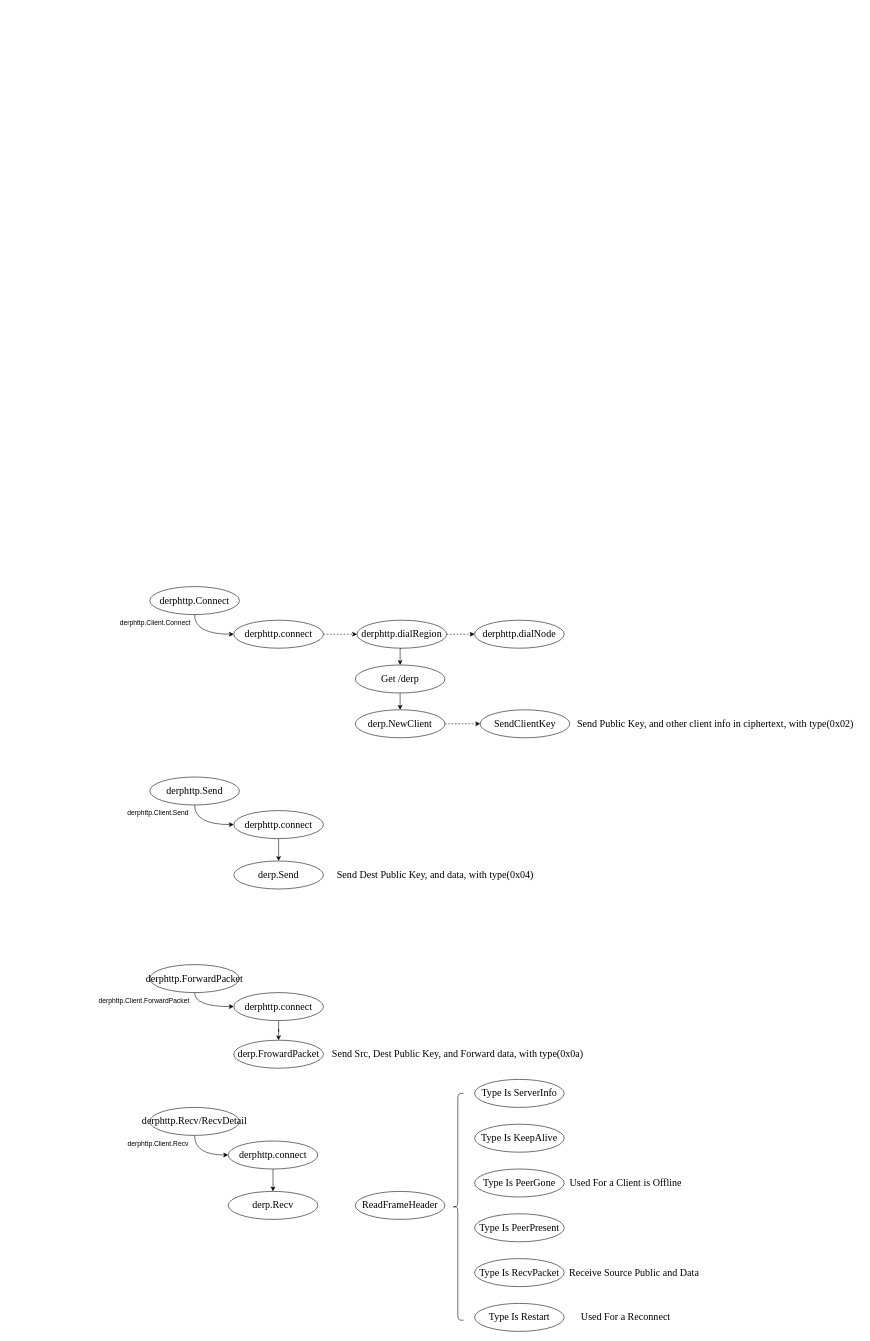
Above: files/DERP.drawio in sunminming/Drawio (draw.io), before the change. Source tidied: cells renumbered, new cells numbered last; positions are measured from the earlier drawing's top-left corner, leaving out a move shared by most shapes. Both pictures are drawn from the tidied source at 56%, with x=0, y=0 at pixel (94, 586).
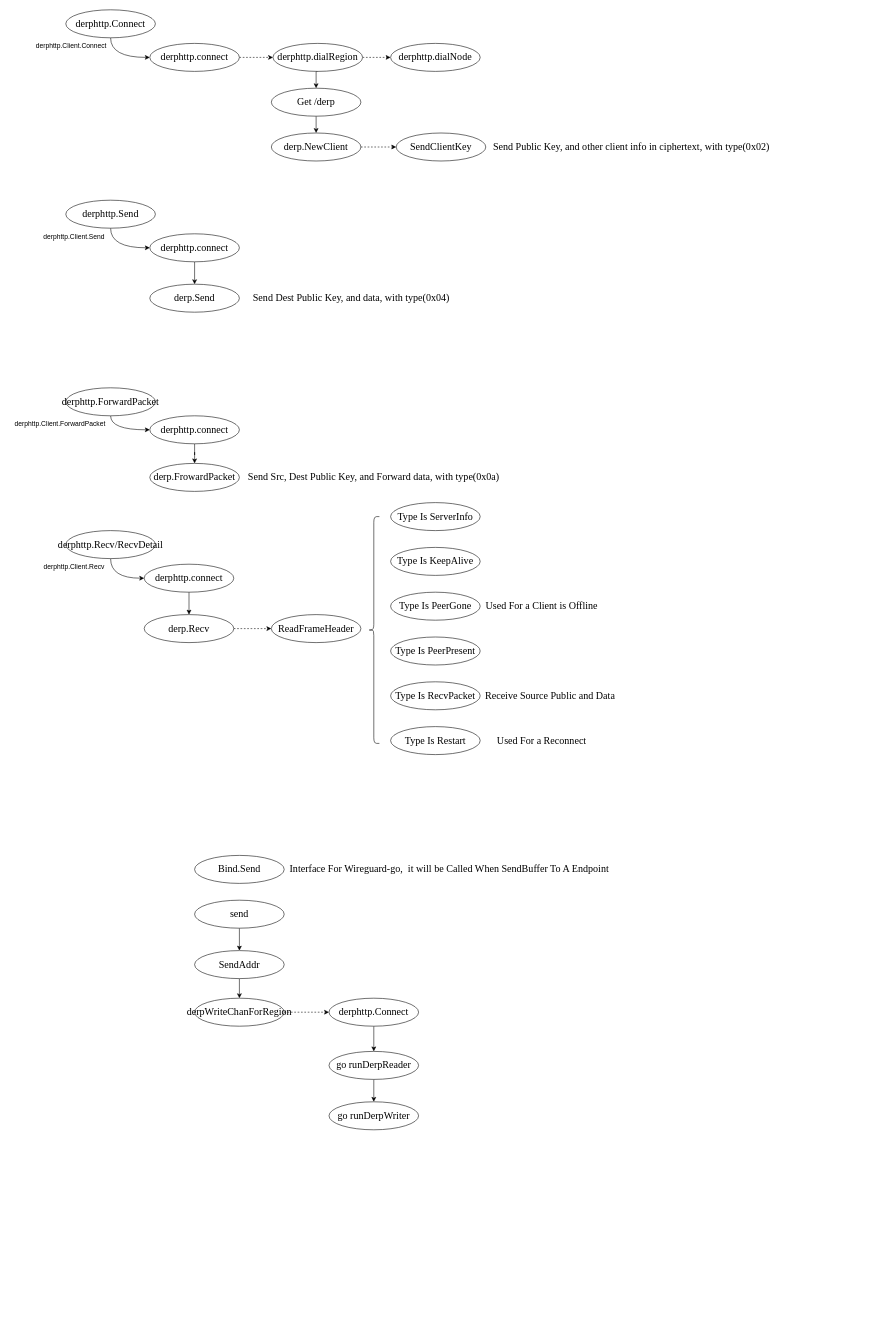
After the change.

What changed in the source:
```diff
@@
+    <mxCell id="49" style="group;" parent="1" vertex="1">
+      <mxGeometry x="-150" y="-1030" width="1370" height="1330" as="geometry" />
+    </mxCell>
-    <mxCell id="2" style="edgeStyle=orthogonalEdgeStyle;rounded=0;jettySize=auto;html=1;exitX=0.5;exitY=1;exitDx=0;exitDy=0;entryX=0;entryY=0.5;entryDx=0;entryDy=0;curved=1;" parent="1" edge="1" source="3" target="5">
+    <mxCell id="2" style="edgeStyle=orthogonalEdgeStyle;rounded=0;jettySize=auto;html=1;exitX=0.5;exitY=1;exitDx=0;exitDy=0;entryX=0;entryY=0.5;entryDx=0;entryDy=0;curved=1;" parent="49" edge="1" source="3" target="5">
       <mxGeometry relative="1" as="geometry" />
     </mxCell>
-    <mxCell id="3" value="&lt;font style=&quot;font-size: 18px;&quot; face=&quot;Times New Roman&quot;&gt;derphttp.Connect&lt;/font&gt;" style="ellipse;whiteSpace=wrap;html=1;" parent="1" vertex="1">
+    <mxCell id="3" value="&lt;font style=&quot;font-size: 18px;&quot; face=&quot;Times New Roman&quot;&gt;derphttp.Connect&lt;/font&gt;" style="ellipse;whiteSpace=wrap;html=1;" parent="49" vertex="1">
       <mxGeometry x="100" width="160" height="50" as="geometry" />
     </mxCell>
-    <mxCell id="4" style="edgeStyle=orthogonalEdgeStyle;rounded=0;jettySize=auto;html=1;exitX=1;exitY=0.5;exitDx=0;exitDy=0;entryX=0;entryY=0.5;entryDx=0;entryDy=0;dashed=1;" parent="1" edge="1" source="5" target="9">
+    <mxCell id="4" style="edgeStyle=orthogonalEdgeStyle;rounded=0;jettySize=auto;html=1;exitX=1;exitY=0.5;exitDx=0;exitDy=0;entryX=0;entryY=0.5;entryDx=0;entryDy=0;dashed=1;" parent="49" edge="1" source="5" target="9">
       <mxGeometry relative="1" as="geometry" />
     </mxCell>
-    <mxCell id="5" value="&lt;font style=&quot;font-size: 18px;&quot; face=&quot;Times New Roman&quot;&gt;derphttp.connect&lt;/font&gt;" style="ellipse;whiteSpace=wrap;html=1;" parent="1" vertex="1">
+    <mxCell id="5" value="&lt;font style=&quot;font-size: 18px;&quot; face=&quot;Times New Roman&quot;&gt;derphttp.connect&lt;/font&gt;" style="ellipse;whiteSpace=wrap;html=1;" parent="49" vertex="1">
       <mxGeometry x="250" y="60" width="160" height="50" as="geometry" />
     </mxCell>
-    <mxCell id="6" value="derphttp.Client.Connect" style="text;html=1;align=center;verticalAlign=middle;whiteSpace=wrap;rounded=0;" parent="1" vertex="1">
+    <mxCell id="6" value="derphttp.Client.Connect" style="text;html=1;align=center;verticalAlign=middle;whiteSpace=wrap;rounded=0;" parent="49" vertex="1">
       <mxGeometry x="40" y="50" width="140" height="30" as="geometry" />
     </mxCell>
-    <mxCell id="7" style="edgeStyle=orthogonalEdgeStyle;rounded=0;jettySize=auto;html=1;exitX=0.5;exitY=1;exitDx=0;exitDy=0;entryX=0.5;entryY=0;entryDx=0;entryDy=0;" parent="1" edge="1" source="9" target="11">
+    <mxCell id="7" style="edgeStyle=orthogonalEdgeStyle;rounded=0;jettySize=auto;html=1;exitX=0.5;exitY=1;exitDx=0;exitDy=0;entryX=0.5;entryY=0;entryDx=0;entryDy=0;" parent="49" edge="1" source="9" target="11">
       <mxGeometry relative="1" as="geometry" />
     </mxCell>
-    <mxCell id="8" style="edgeStyle=orthogonalEdgeStyle;rounded=0;jettySize=auto;html=1;exitX=1;exitY=0.5;exitDx=0;exitDy=0;entryX=0;entryY=0.5;entryDx=0;entryDy=0;dashed=1;" parent="1" edge="1" source="9" target="16">
+    <mxCell id="8" style="edgeStyle=orthogonalEdgeStyle;rounded=0;jettySize=auto;html=1;exitX=1;exitY=0.5;exitDx=0;exitDy=0;entryX=0;entryY=0.5;entryDx=0;entryDy=0;dashed=1;" parent="49" edge="1" source="9" target="16">
       <mxGeometry relative="1" as="geometry" />
     </mxCell>
-    <mxCell id="9" value="&lt;font style=&quot;font-size: 18px;&quot; face=&quot;Times New Roman&quot;&gt;derphttp.dialRegion&lt;/font&gt;" style="ellipse;whiteSpace=wrap;html=1;" parent="1" vertex="1">
+    <mxCell id="9" value="&lt;font style=&quot;font-size: 18px;&quot; face=&quot;Times New Roman&quot;&gt;derphttp.dialRegion&lt;/font&gt;" style="ellipse;whiteSpace=wrap;html=1;" parent="49" vertex="1">
       <mxGeometry x="470" y="60" width="160" height="50" as="geometry" />
     </mxCell>
-    <mxCell id="10" style="edgeStyle=orthogonalEdgeStyle;rounded=0;jettySize=auto;html=1;exitX=0.5;exitY=1;exitDx=0;exitDy=0;entryX=0.5;entryY=0;entryDx=0;entryDy=0;" parent="1" edge="1" source="11" target="13">
+    <mxCell id="10" style="edgeStyle=orthogonalEdgeStyle;rounded=0;jettySize=auto;html=1;exitX=0.5;exitY=1;exitDx=0;exitDy=0;entryX=0.5;entryY=0;entryDx=0;entryDy=0;" parent="49" edge="1" source="11" target="13">
       <mxGeometry relative="1" as="geometry" />
     </mxCell>
-    <mxCell id="11" value="&lt;font style=&quot;font-size: 18px;&quot; face=&quot;Times New Roman&quot;&gt;Get /derp&lt;/font&gt;" style="ellipse;whiteSpace=wrap;html=1;" parent="1" vertex="1">
+    <mxCell id="11" value="&lt;font style=&quot;font-size: 18px;&quot; face=&quot;Times New Roman&quot;&gt;Get /derp&lt;/font&gt;" style="ellipse;whiteSpace=wrap;html=1;" parent="49" vertex="1">
       <mxGeometry x="467" y="140" width="160" height="50" as="geometry" />
     </mxCell>
-    <mxCell id="12" style="edgeStyle=orthogonalEdgeStyle;rounded=0;jettySize=auto;html=1;exitX=1;exitY=0.5;exitDx=0;exitDy=0;entryX=0;entryY=0.5;entryDx=0;entryDy=0;dashed=1;" parent="1" edge="1" source="13" target="14">
+    <mxCell id="12" style="edgeStyle=orthogonalEdgeStyle;rounded=0;jettySize=auto;html=1;exitX=1;exitY=0.5;exitDx=0;exitDy=0;entryX=0;entryY=0.5;entryDx=0;entryDy=0;dashed=1;" parent="49" edge="1" source="13" target="14">
       <mxGeometry relative="1" as="geometry" />
     </mxCell>
-    <mxCell id="13" value="&lt;span style=&quot;font-family: &amp;quot;Times New Roman&amp;quot;; font-size: 18px;&quot;&gt;derp.NewClient&lt;/span&gt;" style="ellipse;whiteSpace=wrap;html=1;" parent="1" vertex="1">
+    <mxCell id="13" value="&lt;span style=&quot;font-family: &amp;quot;Times New Roman&amp;quot;; font-size: 18px;&quot;&gt;derp.NewClient&lt;/span&gt;" style="ellipse;whiteSpace=wrap;html=1;" parent="49" vertex="1">
       <mxGeometry x="467" y="220" width="160" height="50" as="geometry" />
     </mxCell>
-    <mxCell id="14" value="&lt;span style=&quot;font-family: &amp;quot;Times New Roman&amp;quot;; font-size: 18px;&quot;&gt;SendClientKey&lt;/span&gt;" style="ellipse;whiteSpace=wrap;html=1;" parent="1" vertex="1">
+    <mxCell id="14" value="&lt;span style=&quot;font-family: &amp;quot;Times New Roman&amp;quot;; font-size: 18px;&quot;&gt;SendClientKey&lt;/span&gt;" style="ellipse;whiteSpace=wrap;html=1;" parent="49" vertex="1">
       <mxGeometry x="690" y="220" width="160" height="50" as="geometry" />
     </mxCell>
-    <mxCell id="15" value="&lt;font style=&quot;font-size: 18px;&quot; face=&quot;Times New Roman&quot;&gt;Send Public Key, and other client info in ciphertext, with type(0x02)&lt;/font&gt;" style="text;html=1;align=center;verticalAlign=middle;whiteSpace=wrap;rounded=0;" parent="1" vertex="1">
+    <mxCell id="15" value="&lt;font style=&quot;font-size: 18px;&quot; face=&quot;Times New Roman&quot;&gt;Send Public Key, and other client info in ciphertext, with type(0x02)&lt;/font&gt;" style="text;html=1;align=center;verticalAlign=middle;whiteSpace=wrap;rounded=0;" parent="49" vertex="1">
       <mxGeometry x="850" y="230" width="520" height="30" as="geometry" />
     </mxCell>
-    <mxCell id="16" value="&lt;font style=&quot;font-size: 18px;&quot; face=&quot;Times New Roman&quot;&gt;derphttp.dialNode&lt;/font&gt;" style="ellipse;whiteSpace=wrap;html=1;" parent="1" vertex="1">
+    <mxCell id="16" value="&lt;font style=&quot;font-size: 18px;&quot; face=&quot;Times New Roman&quot;&gt;derphttp.dialNode&lt;/font&gt;" style="ellipse;whiteSpace=wrap;html=1;" parent="49" vertex="1">
       <mxGeometry x="680" y="60" width="160" height="50" as="geometry" />
     </mxCell>
-    <mxCell id="17" style="edgeStyle=orthogonalEdgeStyle;rounded=0;jettySize=auto;html=1;exitX=0.5;exitY=1;exitDx=0;exitDy=0;entryX=0;entryY=0.5;entryDx=0;entryDy=0;curved=1;" parent="1" edge="1" source="18" target="20">
+    <mxCell id="17" style="edgeStyle=orthogonalEdgeStyle;rounded=0;jettySize=auto;html=1;exitX=0.5;exitY=1;exitDx=0;exitDy=0;entryX=0;entryY=0.5;entryDx=0;entryDy=0;curved=1;" parent="49" edge="1" source="18" target="20">
       <mxGeometry relative="1" as="geometry" />
     </mxCell>
-    <mxCell id="18" value="&lt;font style=&quot;font-size: 18px;&quot; face=&quot;Times New Roman&quot;&gt;derphttp.Send&lt;/font&gt;" style="ellipse;whiteSpace=wrap;html=1;" parent="1" vertex="1">
+    <mxCell id="18" value="&lt;font style=&quot;font-size: 18px;&quot; face=&quot;Times New Roman&quot;&gt;derphttp.Send&lt;/font&gt;" style="ellipse;whiteSpace=wrap;html=1;" parent="49" vertex="1">
       <mxGeometry x="100" y="340" width="160" height="50" as="geometry" />
     </mxCell>
-    <mxCell id="19" style="edgeStyle=orthogonalEdgeStyle;rounded=0;jettySize=auto;html=1;exitX=0.5;exitY=1;exitDx=0;exitDy=0;entryX=0.5;entryY=0;entryDx=0;entryDy=0;" parent="1" edge="1" source="20" target="22">
+    <mxCell id="19" style="edgeStyle=orthogonalEdgeStyle;rounded=0;jettySize=auto;html=1;exitX=0.5;exitY=1;exitDx=0;exitDy=0;entryX=0.5;entryY=0;entryDx=0;entryDy=0;" parent="49" edge="1" source="20" target="22">
       <mxGeometry relative="1" as="geometry" />
     </mxCell>
-    <mxCell id="20" value="&lt;font style=&quot;font-size: 18px;&quot; face=&quot;Times New Roman&quot;&gt;derphttp.connect&lt;/font&gt;" style="ellipse;whiteSpace=wrap;html=1;" parent="1" vertex="1">
+    <mxCell id="20" value="&lt;font style=&quot;font-size: 18px;&quot; face=&quot;Times New Roman&quot;&gt;derphttp.connect&lt;/font&gt;" style="ellipse;whiteSpace=wrap;html=1;" parent="49" vertex="1">
       <mxGeometry x="250" y="400" width="160" height="50" as="geometry" />
     </mxCell>
-    <mxCell id="21" value="derphttp.Client.Send" style="text;html=1;align=center;verticalAlign=middle;whiteSpace=wrap;rounded=0;" parent="1" vertex="1">
+    <mxCell id="21" value="derphttp.Client.Send" style="text;html=1;align=center;verticalAlign=middle;whiteSpace=wrap;rounded=0;" parent="49" vertex="1">
       <mxGeometry x="50" y="390" width="130" height="30" as="geometry" />
     </mxCell>
-    <mxCell id="22" value="&lt;font style=&quot;font-size: 18px;&quot; face=&quot;Times New Roman&quot;&gt;derp.Send&lt;/font&gt;" style="ellipse;whiteSpace=wrap;html=1;" parent="1" vertex="1">
+    <mxCell id="22" value="&lt;font style=&quot;font-size: 18px;&quot; face=&quot;Times New Roman&quot;&gt;derp.Send&lt;/font&gt;" style="ellipse;whiteSpace=wrap;html=1;" parent="49" vertex="1">
       <mxGeometry x="250" y="490" width="160" height="50" as="geometry" />
     </mxCell>
-    <mxCell id="23" value="&lt;font style=&quot;font-size: 18px;&quot; face=&quot;Times New Roman&quot;&gt;Send Dest Public Key, and data, with type(0x04)&lt;/font&gt;" style="text;html=1;align=center;verticalAlign=middle;whiteSpace=wrap;rounded=0;" parent="1" vertex="1">
+    <mxCell id="23" value="&lt;font style=&quot;font-size: 18px;&quot; face=&quot;Times New Roman&quot;&gt;Send Dest Public Key, and data, with type(0x04)&lt;/font&gt;" style="text;html=1;align=center;verticalAlign=middle;whiteSpace=wrap;rounded=0;" parent="49" vertex="1">
       <mxGeometry x="410" y="500" width="400" height="30" as="geometry" />
     </mxCell>
-    <mxCell id="24" style="edgeStyle=orthogonalEdgeStyle;rounded=0;jettySize=auto;html=1;exitX=0.5;exitY=1;exitDx=0;exitDy=0;entryX=0;entryY=0.5;entryDx=0;entryDy=0;curved=1;" parent="1" edge="1" source="25" target="28">
+    <mxCell id="24" style="edgeStyle=orthogonalEdgeStyle;rounded=0;jettySize=auto;html=1;exitX=0.5;exitY=1;exitDx=0;exitDy=0;entryX=0;entryY=0.5;entryDx=0;entryDy=0;curved=1;" parent="49" edge="1" source="25" target="28">
       <mxGeometry relative="1" as="geometry" />
     </mxCell>
-    <mxCell id="25" value="&lt;font style=&quot;font-size: 18px;&quot; face=&quot;Times New Roman&quot;&gt;derphttp.ForwardPacket&lt;/font&gt;" style="ellipse;whiteSpace=wrap;html=1;" parent="1" vertex="1">
+    <mxCell id="25" value="&lt;font style=&quot;font-size: 18px;&quot; face=&quot;Times New Roman&quot;&gt;derphttp.ForwardPacket&lt;/font&gt;" style="ellipse;whiteSpace=wrap;html=1;" parent="49" vertex="1">
       <mxGeometry x="100" y="675" width="160" height="50" as="geometry" />
     </mxCell>
-    <mxCell id="26" value="derphttp.Client.ForwardPacket" style="text;html=1;align=center;verticalAlign=middle;whiteSpace=wrap;rounded=0;" parent="1" vertex="1">
+    <mxCell id="26" value="derphttp.Client.ForwardPacket" style="text;html=1;align=center;verticalAlign=middle;whiteSpace=wrap;rounded=0;" parent="49" vertex="1">
       <mxGeometry y="725" width="180" height="30" as="geometry" />
     </mxCell>
-    <mxCell id="27" style="edgeStyle=orthogonalEdgeStyle;rounded=0;jettySize=auto;html=1;exitX=0.5;exitY=1;exitDx=0;exitDy=0;" parent="1" edge="1" source="28" target="29">
+    <mxCell id="27" style="edgeStyle=orthogonalEdgeStyle;rounded=0;jettySize=auto;html=1;exitX=0.5;exitY=1;exitDx=0;exitDy=0;" parent="49" edge="1" source="28" target="29">
       <mxGeometry relative="1" as="geometry" />
     </mxCell>
-    <mxCell id="28" value="&lt;font style=&quot;font-size: 18px;&quot; face=&quot;Times New Roman&quot;&gt;derphttp.connect&lt;/font&gt;" style="ellipse;whiteSpace=wrap;html=1;" parent="1" vertex="1">
+    <mxCell id="28" value="&lt;font style=&quot;font-size: 18px;&quot; face=&quot;Times New Roman&quot;&gt;derphttp.connect&lt;/font&gt;" style="ellipse;whiteSpace=wrap;html=1;" parent="49" vertex="1">
       <mxGeometry x="250" y="725" width="160" height="50" as="geometry" />
     </mxCell>
-    <mxCell id="29" value="&lt;font style=&quot;font-size: 18px;&quot; face=&quot;Times New Roman&quot;&gt;derp.FrowardPacket&lt;/font&gt;" style="ellipse;whiteSpace=wrap;html=1;" parent="1" vertex="1">
+    <mxCell id="29" value="&lt;font style=&quot;font-size: 18px;&quot; face=&quot;Times New Roman&quot;&gt;derp.FrowardPacket&lt;/font&gt;" style="ellipse;whiteSpace=wrap;html=1;" parent="49" vertex="1">
       <mxGeometry x="250" y="810" width="160" height="50" as="geometry" />
     </mxCell>
-    <mxCell id="30" value="&lt;font style=&quot;font-size: 18px;&quot; face=&quot;Times New Roman&quot;&gt;Send Src, Dest Public Key, and Forward data, with type(0x0a)&lt;/font&gt;" style="text;html=1;align=center;verticalAlign=middle;whiteSpace=wrap;rounded=0;" parent="1" vertex="1">
+    <mxCell id="30" value="&lt;font style=&quot;font-size: 18px;&quot; face=&quot;Times New Roman&quot;&gt;Send Src, Dest Public Key, and Forward data, with type(0x0a)&lt;/font&gt;" style="text;html=1;align=center;verticalAlign=middle;whiteSpace=wrap;rounded=0;" parent="49" vertex="1">
       <mxGeometry x="410" y="820" width="480" height="30" as="geometry" />
     </mxCell>
-    <mxCell id="31" style="edgeStyle=orthogonalEdgeStyle;rounded=0;jettySize=auto;html=1;exitX=0.5;exitY=1;exitDx=0;exitDy=0;entryX=0;entryY=0.5;entryDx=0;entryDy=0;curved=1;" parent="1" edge="1" source="32" target="34">
+    <mxCell id="31" style="edgeStyle=orthogonalEdgeStyle;rounded=0;jettySize=auto;html=1;exitX=0.5;exitY=1;exitDx=0;exitDy=0;entryX=0;entryY=0.5;entryDx=0;entryDy=0;curved=1;" parent="49" edge="1" source="32" target="34">
       <mxGeometry relative="1" as="geometry" />
     </mxCell>
-    <mxCell id="32" value="&lt;font style=&quot;font-size: 18px;&quot; face=&quot;Times New Roman&quot;&gt;derphttp.Recv/RecvDetail&lt;/font&gt;" style="ellipse;whiteSpace=wrap;html=1;" parent="1" vertex="1">
+    <mxCell id="32" value="&lt;font style=&quot;font-size: 18px;&quot; face=&quot;Times New Roman&quot;&gt;derphttp.Recv/RecvDetail&lt;/font&gt;" style="ellipse;whiteSpace=wrap;html=1;" parent="49" vertex="1">
       <mxGeometry x="100" y="930" width="160" height="50" as="geometry" />
     </mxCell>
-    <mxCell id="33" style="edgeStyle=orthogonalEdgeStyle;rounded=0;jettySize=auto;html=1;exitX=0.5;exitY=1;exitDx=0;exitDy=0;entryX=0.5;entryY=0;entryDx=0;entryDy=0;" parent="1" edge="1" source="34" target="36">
+    <mxCell id="33" style="edgeStyle=orthogonalEdgeStyle;rounded=0;jettySize=auto;html=1;exitX=0.5;exitY=1;exitDx=0;exitDy=0;entryX=0.5;entryY=0;entryDx=0;entryDy=0;" parent="49" edge="1" source="34" target="36">
       <mxGeometry relative="1" as="geometry" />
     </mxCell>
-    <mxCell id="34" value="&lt;font style=&quot;font-size: 18px;&quot; face=&quot;Times New Roman&quot;&gt;derphttp.connect&lt;/font&gt;" style="ellipse;whiteSpace=wrap;html=1;" parent="1" vertex="1">
+    <mxCell id="34" value="&lt;font style=&quot;font-size: 18px;&quot; face=&quot;Times New Roman&quot;&gt;derphttp.connect&lt;/font&gt;" style="ellipse;whiteSpace=wrap;html=1;" parent="49" vertex="1">
       <mxGeometry x="240" y="990" width="160" height="50" as="geometry" />
     </mxCell>
-    <mxCell id="35" value="derphttp.Client.Recv" style="text;html=1;align=center;verticalAlign=middle;whiteSpace=wrap;rounded=0;" parent="1" vertex="1">
+    <mxCell id="35" value="derphttp.Client.Recv" style="text;html=1;align=center;verticalAlign=middle;whiteSpace=wrap;rounded=0;" parent="49" vertex="1">
       <mxGeometry x="50" y="980" width="130" height="30" as="geometry" />
     </mxCell>
+    <mxCell id="50" style="edgeStyle=orthogonalEdgeStyle;rounded=0;jettySize=auto;html=1;exitX=1;exitY=0.5;exitDx=0;exitDy=0;entryX=0;entryY=0.5;entryDx=0;entryDy=0;dashed=1;" parent="49" edge="1" source="36" target="37">
+      <mxGeometry relative="1" as="geometry" />
+    </mxCell>
-    <mxCell id="36" value="&lt;font style=&quot;font-size: 18px;&quot; face=&quot;Times New Roman&quot;&gt;derp.Recv&lt;/font&gt;" style="ellipse;whiteSpace=wrap;html=1;" parent="1" vertex="1">
+    <mxCell id="36" value="&lt;font style=&quot;font-size: 18px;&quot; face=&quot;Times New Roman&quot;&gt;derp.Recv&lt;/font&gt;" style="ellipse;whiteSpace=wrap;html=1;" parent="49" vertex="1">
       <mxGeometry x="240" y="1080" width="160" height="50" as="geometry" />
     </mxCell>
-    <mxCell id="37" value="&lt;font style=&quot;font-size: 18px;&quot; face=&quot;Times New Roman&quot;&gt;ReadFrameHeader&lt;/font&gt;" style="ellipse;whiteSpace=wrap;html=1;" parent="1" vertex="1">
+    <mxCell id="37" value="&lt;font style=&quot;font-size: 18px;&quot; face=&quot;Times New Roman&quot;&gt;ReadFrameHeader&lt;/font&gt;" style="ellipse;whiteSpace=wrap;html=1;" parent="49" vertex="1">
       <mxGeometry x="467" y="1080" width="160" height="50" as="geometry" />
     </mxCell>
-    <mxCell id="38" style="group;" parent="1" vertex="1">
+    <mxCell id="38" style="group;" parent="49" vertex="1">
       <mxGeometry x="640" y="880" width="450" height="450" as="geometry" />
     </mxCell>
@@
+    <mxCell id="51" style="edgeStyle=orthogonalEdgeStyle;rounded=0;jettySize=auto;html=1;exitX=1;exitY=0.5;exitDx=0;exitDy=0;entryX=0;entryY=0.5;entryDx=0;entryDy=0;dashed=1;" parent="1" edge="1" source="52" target="54">
+      <mxGeometry relative="1" as="geometry" />
+    </mxCell>
+    <mxCell id="52" value="&lt;font face=&quot;Times New Roman&quot;&gt;&lt;span style=&quot;font-size: 18px;&quot;&gt;derpWriteChanForRegion&lt;/span&gt;&lt;/font&gt;" style="ellipse;whiteSpace=wrap;html=1;" parent="1" vertex="1">
+      <mxGeometry x="180" y="735" width="160" height="50" as="geometry" />
+    </mxCell>
+    <mxCell id="53" style="edgeStyle=orthogonalEdgeStyle;rounded=0;jettySize=auto;html=1;exitX=0.5;exitY=1;exitDx=0;exitDy=0;entryX=0.5;entryY=0;entryDx=0;entryDy=0;" parent="1" edge="1" source="54" target="56">
+      <mxGeometry relative="1" as="geometry" />
+    </mxCell>
+    <mxCell id="54" value="&lt;font style=&quot;font-size: 18px;&quot; face=&quot;Times New Roman&quot;&gt;derphttp.Connect&lt;/font&gt;" style="ellipse;whiteSpace=wrap;html=1;" parent="1" vertex="1">
+      <mxGeometry x="420" y="735" width="160" height="50" as="geometry" />
+    </mxCell>
+    <mxCell id="55" style="edgeStyle=orthogonalEdgeStyle;rounded=0;jettySize=auto;html=1;exitX=0.5;exitY=1;exitDx=0;exitDy=0;entryX=0.5;entryY=0;entryDx=0;entryDy=0;" parent="1" edge="1" source="56" target="57">
+      <mxGeometry relative="1" as="geometry" />
+    </mxCell>
+    <mxCell id="56" value="&lt;font style=&quot;font-size: 18px;&quot; face=&quot;Times New Roman&quot;&gt;go runDerpReader&lt;/font&gt;" style="ellipse;whiteSpace=wrap;html=1;" parent="1" vertex="1">
+      <mxGeometry x="420" y="830" width="160" height="50" as="geometry" />
+    </mxCell>
+    <mxCell id="57" value="&lt;font style=&quot;font-size: 18px;&quot; face=&quot;Times New Roman&quot;&gt;go runDerpWriter&lt;/font&gt;" style="ellipse;whiteSpace=wrap;html=1;" parent="1" vertex="1">
+      <mxGeometry x="420" y="920" width="160" height="50" as="geometry" />
+    </mxCell>
+    <mxCell id="58" style="edgeStyle=orthogonalEdgeStyle;rounded=0;jettySize=auto;html=1;exitX=0.5;exitY=1;exitDx=0;exitDy=0;entryX=0.5;entryY=0;entryDx=0;entryDy=0;" parent="1" edge="1" source="59" target="52">
+      <mxGeometry relative="1" as="geometry" />
+    </mxCell>
+    <mxCell id="59" value="&lt;font face=&quot;Times New Roman&quot;&gt;&lt;span style=&quot;font-size: 18px;&quot;&gt;SendAddr&lt;/span&gt;&lt;/font&gt;" style="ellipse;whiteSpace=wrap;html=1;" parent="1" vertex="1">
+      <mxGeometry x="180" y="650" width="160" height="50" as="geometry" />
+    </mxCell>
+    <mxCell id="60" style="edgeStyle=orthogonalEdgeStyle;rounded=0;jettySize=auto;html=1;exitX=0.5;exitY=1;exitDx=0;exitDy=0;entryX=0.5;entryY=0;entryDx=0;entryDy=0;" parent="1" edge="1" source="61" target="59">
+      <mxGeometry relative="1" as="geometry" />
+    </mxCell>
+    <mxCell id="61" value="&lt;font face=&quot;Times New Roman&quot;&gt;&lt;span style=&quot;font-size: 18px;&quot;&gt;send&lt;/span&gt;&lt;/font&gt;" style="ellipse;whiteSpace=wrap;html=1;" parent="1" vertex="1">
+      <mxGeometry x="180" y="560" width="160" height="50" as="geometry" />
+    </mxCell>
+    <mxCell id="62" value="&lt;font face=&quot;Times New Roman&quot;&gt;&lt;span style=&quot;font-size: 18px;&quot;&gt;Bind.Send&lt;/span&gt;&lt;/font&gt;" style="ellipse;whiteSpace=wrap;html=1;" parent="1" vertex="1">
+      <mxGeometry x="180" y="480" width="160" height="50" as="geometry" />
+    </mxCell>
+    <mxCell id="63" value="&lt;font face=&quot;Times New Roman&quot;&gt;&lt;span style=&quot;font-size: 18px;&quot;&gt;Interface For Wireguard-go,&amp;nbsp; it will be Called When SendBuffer To A Endpoint&lt;/span&gt;&lt;/font&gt;" style="text;html=1;align=center;verticalAlign=middle;whiteSpace=wrap;rounded=0;" parent="1" vertex="1">
+      <mxGeometry x="330" y="490" width="610" height="30" as="geometry" />
+    </mxCell>
```
